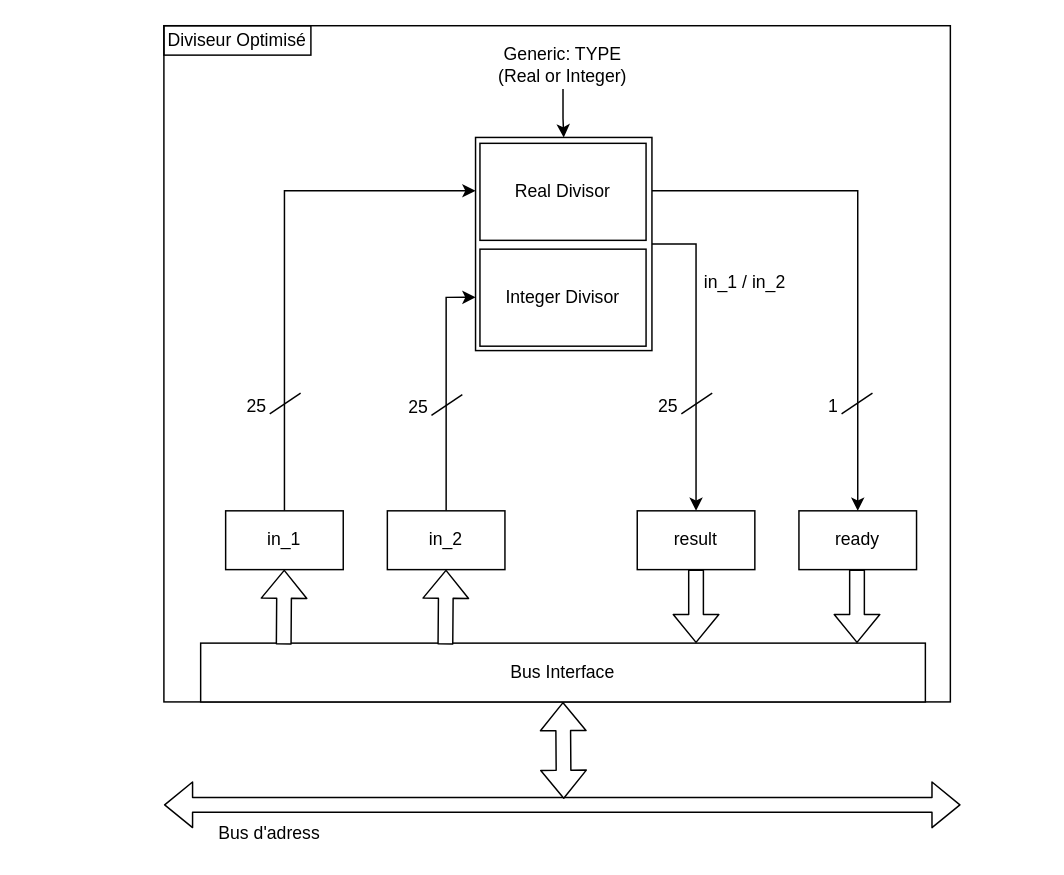
This is doc/schema_and_logo/optimumDivisor.drawio from Devdevdavid/ProceXeirb, a draw.io file, before an edit. Source tidied: cells renumbered, new cells numbered last; positions are measured from the earlier drawing's top-left corner, leaving out a move shared by most shapes. Both pictures are drawn from the tidied source at 147%, with x=0, y=0 at pixel (25, 25).
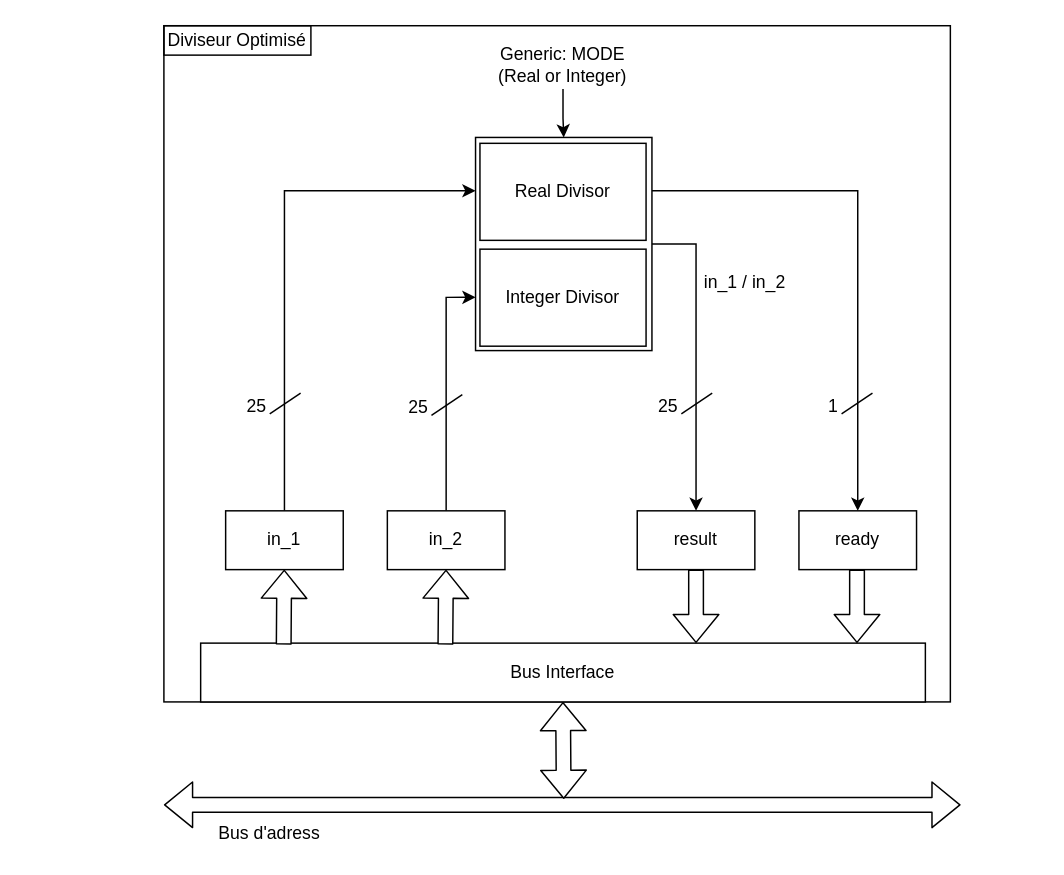
The same page after the edit.

Commit message (it also covers changes not shown here):
Update Optimum Divisor address

Change to the diagram source:
```diff
@@
-    <mxCell id="25" value="Generic: TYPE (Real or Integer)" style="text;html=1;strokeColor=none;fillColor=none;align=center;verticalAlign=middle;whiteSpace=wrap;rounded=0;" parent="1" vertex="1">
+    <mxCell id="25" value="Generic: MODE (Real or Integer)" style="text;html=1;strokeColor=none;fillColor=none;align=center;verticalAlign=middle;whiteSpace=wrap;rounded=0;" parent="1" vertex="1">
       <mxGeometry x="316" y="11" width="99" height="32" as="geometry" />
     </mxCell>
```
